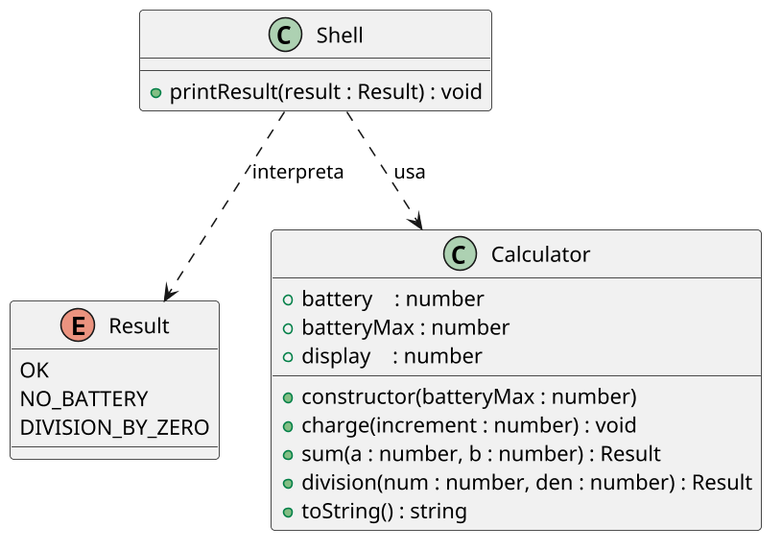
Earlier version of the PlantUML export labs/calculadora/assets/diagrama.png (qxcodepoo/arcade).
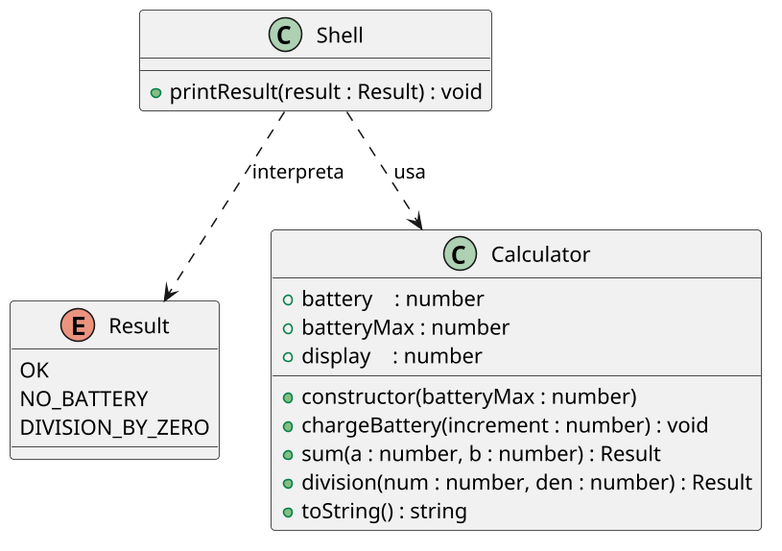
Above is the later version.

What changed in the source:
```diff
@@ -15,7 +15,7 @@
   + display    : number
   __
   + constructor(batteryMax : number)
-  + charge(increment : number) : void
+  + chargeBattery(increment : number) : void
   + sum(a : number, b : number) : Result
   + division(num : number, den : number) : Result
   + toString() : string
```
